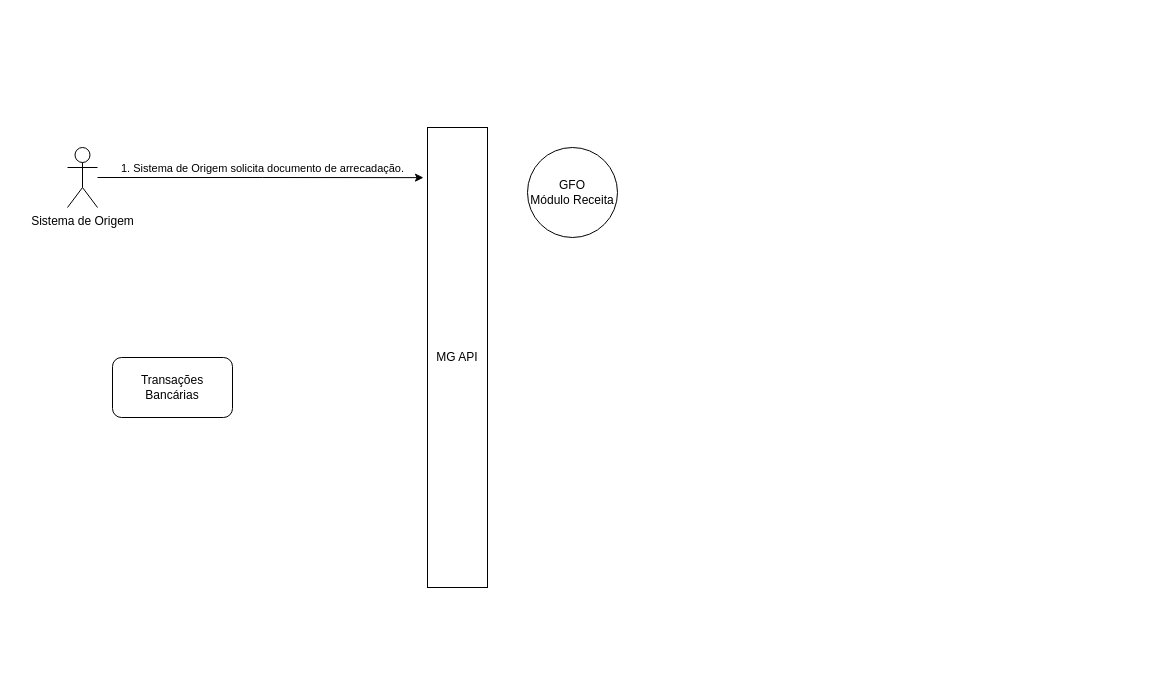
vitorecdias/drawio keeps this draw.io diagram as drawio/HT138 Squad 1.drawio. Above is the earlier version. Source tidied: cells renumbered, new cells numbered last; positions are measured from the earlier drawing's top-left corner, leaving out a move shared by most shapes. Both pictures are drawn from the tidied source at 100%, with x=0, y=0 at pixel (67, 127).
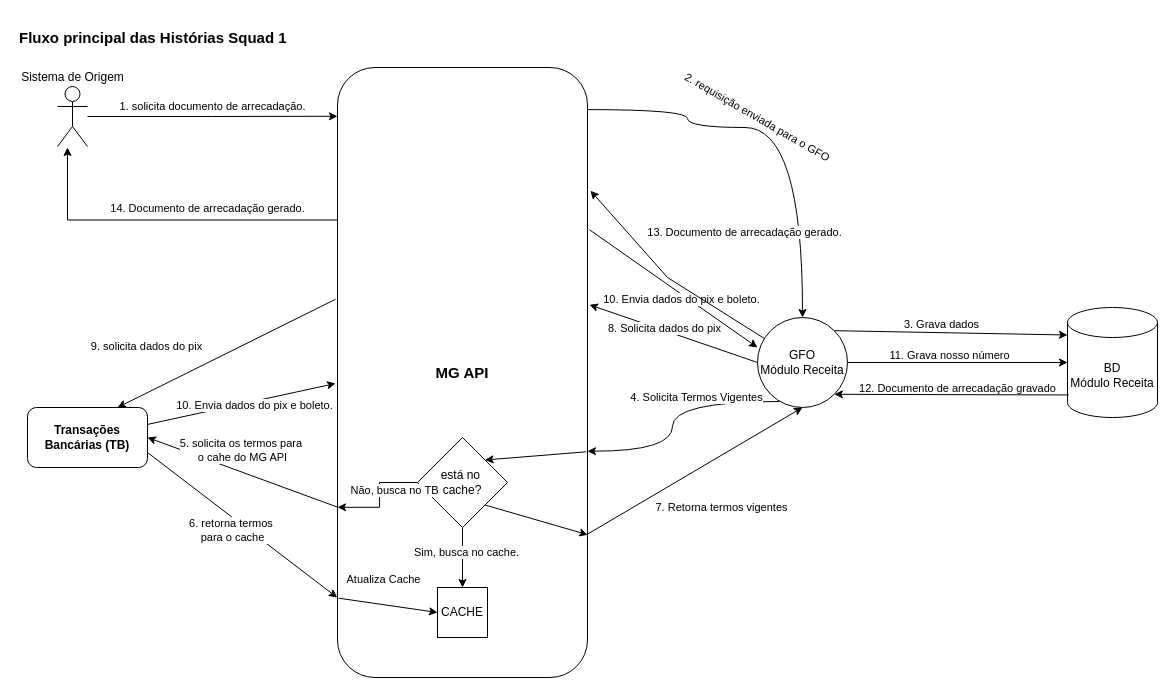
The same page after the edit.

Diff of the diagram source:
```diff
@@
     <mxCell id="2" value="GFO&lt;div&gt;Módulo Receita&lt;/div&gt;" style="ellipse;whiteSpace=wrap;html=1;" parent="1" vertex="1">
-      <mxGeometry x="460" y="20" width="90" height="90" as="geometry" />
+      <mxGeometry x="690" y="190" width="90" height="90" as="geometry" />
     </mxCell>
-    <mxCell id="3" style="edgeStyle=orthogonalEdgeStyle;rounded=0;jettySize=auto;html=1;entryX=-0.067;entryY=0.109;entryDx=0;entryDy=0;entryPerimeter=0;" parent="1" edge="1" source="5" target="6">
+    <mxCell id="3" style="edgeStyle=orthogonalEdgeStyle;rounded=0;jettySize=auto;html=1;entryX=0;entryY=0.08;entryDx=0;entryDy=0;entryPerimeter=0;" parent="1" edge="1" source="5" target="6">
       <mxGeometry relative="1" as="geometry" />
     </mxCell>
-    <mxCell id="4" value="1. Sistema de Origem solicita documento de arrecadação." style="edgeLabel;html=1;align=center;verticalAlign=middle;" parent="3" vertex="1">
+    <mxCell id="4" value="1. solicita documento de arrecadação." style="edgeLabel;html=1;align=center;verticalAlign=middle;" parent="3" vertex="1">
       <mxGeometry x="0.05" relative="1" as="geometry">
         <mxPoint x="-6" y="-10" as="offset" />
       </mxGeometry>
     </mxCell>
-    <mxCell id="5" value="Sistema de Origem" style="shape=umlActor;verticalLabelPosition=bottom;verticalAlign=top;html=1;outlineConnect=0;" parent="1" vertex="1">
-      <mxGeometry y="20" width="30" height="60" as="geometry" />
+    <mxCell id="5" value="Sistema de Origem" style="shape=umlActor;verticalLabelPosition=top;verticalAlign=bottom;html=1;outlineConnect=0;labelPosition=center;align=center;" parent="1" vertex="1">
+      <mxGeometry x="-10" y="-41" width="30" height="60" as="geometry" />
     </mxCell>
+    <mxCell id="7" value="&lt;b&gt;Transações Bancárias (TB)&lt;/b&gt;" style="rounded=1;whiteSpace=wrap;html=1;" parent="1" vertex="1">
+      <mxGeometry x="-40" y="280" width="120" height="60" as="geometry" />
+    </mxCell>
+    <mxCell id="8" style="endArrow=classic;html=1;rounded=0;entryX=0.5;entryY=0;entryDx=0;entryDy=0;exitX=0.996;exitY=0.069;exitDx=0;exitDy=0;exitPerimeter=0;edgeStyle=orthogonalEdgeStyle;curved=1;" parent="1" edge="1" source="6" target="2">
+      <mxGeometry relative="1" as="geometry">
+        <Array as="points">
+          <mxPoint x="620" y="-18" />
+          <mxPoint x="620" />
+          <mxPoint x="735" />
+        </Array>
+      </mxGeometry>
+    </mxCell>
+    <mxCell id="9" value="2. requisição enviada para o GFO" style="edgeLabel;html=1;align=center;verticalAlign=middle;rotation=30;" parent="8" vertex="1">
+      <mxGeometry x="-0.31" y="3" relative="1" as="geometry">
+        <mxPoint x="43" y="-8" as="offset" />
+      </mxGeometry>
+    </mxCell>
+    <mxCell id="10" value="BD&lt;div&gt;Módulo Receita&lt;/div&gt;" style="shape=cylinder3;whiteSpace=wrap;html=1;boundedLbl=1;backgroundOutline=1;size=15;" parent="1" vertex="1">
+      <mxGeometry x="1000" y="180" width="90" height="110" as="geometry" />
+    </mxCell>
+    <mxCell id="11" style="rounded=0;jettySize=auto;html=1;entryX=0;entryY=0;entryDx=0;entryDy=27.5;entryPerimeter=0;exitX=1;exitY=0;exitDx=0;exitDy=0;" parent="1" edge="1" source="2" target="10">
+      <mxGeometry relative="1" as="geometry" />
+    </mxCell>
+    <mxCell id="12" value="3. Grava dados" style="edgeLabel;html=1;align=center;verticalAlign=middle;labelBackgroundColor=none;" parent="11" vertex="1">
+      <mxGeometry x="-0.18" y="4" relative="1" as="geometry">
+        <mxPoint x="11" y="-4" as="offset" />
+      </mxGeometry>
+    </mxCell>
-    <mxCell id="6" value="MG API" style="rounded=0;whiteSpace=wrap;html=1;" parent="1" vertex="1">
-      <mxGeometry x="360" width="60" height="460" as="geometry" />
+    <mxCell id="6" value="&lt;b&gt;&lt;font style=&quot;font-size: 15px;&quot;&gt;MG API&lt;/font&gt;&lt;/b&gt;" style="rounded=1;whiteSpace=wrap;html=1;" parent="1" vertex="1">
+      <mxGeometry x="270" y="-60" width="250" height="610" as="geometry" />
     </mxCell>
-    <mxCell id="7" value="Transações Bancárias" style="rounded=1;whiteSpace=wrap;html=1;" parent="1" vertex="1">
-      <mxGeometry x="45" y="230" width="120" height="60" as="geometry" />
-    </mxCell>
+    <mxCell id="13" value="CACHE" style="whiteSpace=wrap;html=1;" parent="1" vertex="1">
+      <mxGeometry x="370" y="460" width="50" height="50" as="geometry" />
+    </mxCell>
+    <mxCell id="14" style="edgeStyle=orthogonalEdgeStyle;rounded=0;jettySize=auto;html=1;entryX=1;entryY=0.629;entryDx=0;entryDy=0;entryPerimeter=0;curved=1;exitX=0.244;exitY=0.933;exitDx=0;exitDy=0;exitPerimeter=0;" parent="1" edge="1" source="2" target="6">
+      <mxGeometry relative="1" as="geometry" />
+    </mxCell>
+    <mxCell id="15" value="4. Solicita Termos Vigentes" style="edgeLabel;html=1;align=center;verticalAlign=middle;" parent="14" vertex="1">
+      <mxGeometry x="-0.66" y="3" relative="1" as="geometry">
+        <mxPoint x="-42" y="-7" as="offset" />
+      </mxGeometry>
+    </mxCell>
+    <mxCell id="16" style="edgeStyle=orthogonalEdgeStyle;rounded=0;jettySize=auto;html=1;" parent="1" edge="1" source="18" target="13">
+      <mxGeometry relative="1" as="geometry" />
+    </mxCell>
+    <mxCell id="17" value="Sim, busca no cache." style="edgeLabel;html=1;align=center;verticalAlign=middle;" parent="16" vertex="1">
+      <mxGeometry x="-0.21" y="3" relative="1" as="geometry" />
+    </mxCell>
+    <mxCell id="18" value="está no&amp;nbsp;&lt;div&gt;cache?&lt;/div&gt;" style="rhombus;whiteSpace=wrap;html=1;" parent="1" vertex="1">
+      <mxGeometry x="350" y="310" width="90" height="90" as="geometry" />
+    </mxCell>
+    <mxCell id="19" style="endArrow=classic;html=1;rounded=0;exitX=0.995;exitY=0.63;exitDx=0;exitDy=0;exitPerimeter=0;entryX=1;entryY=0;entryDx=0;entryDy=0;" parent="1" edge="1" target="18">
+      <mxGeometry relative="1" as="geometry">
+        <mxPoint x="518.8" y="324.3" as="sourcePoint" />
+      </mxGeometry>
+    </mxCell>
+    <mxCell id="20" style="edgeStyle=orthogonalEdgeStyle;rounded=0;jettySize=auto;html=1;entryX=0;entryY=0.721;entryDx=0;entryDy=0;entryPerimeter=0;exitX=0;exitY=0.5;exitDx=0;exitDy=0;" parent="1" edge="1" source="18" target="6">
+      <mxGeometry relative="1" as="geometry">
+        <Array as="points">
+          <mxPoint x="312" y="380" />
+        </Array>
+      </mxGeometry>
+    </mxCell>
+    <mxCell id="21" value="Não, busca no&amp;nbsp;&lt;span style=&quot;background-color: light-dark(#ffffff, var(--ge-dark-color, #121212)); color: light-dark(rgb(0, 0, 0), rgb(255, 255, 255));&quot;&gt;TB&lt;/span&gt;" style="edgeLabel;html=1;align=center;verticalAlign=middle;" parent="20" vertex="1">
+      <mxGeometry x="0.11" y="3" relative="1" as="geometry">
+        <mxPoint x="11" y="-13" as="offset" />
+      </mxGeometry>
+    </mxCell>
+    <mxCell id="22" style="endArrow=classic;html=1;rounded=0;exitX=0.002;exitY=0.721;exitDx=0;exitDy=0;exitPerimeter=0;entryX=1;entryY=0.5;entryDx=0;entryDy=0;" parent="1" edge="1" source="6" target="7">
+      <mxGeometry relative="1" as="geometry" />
+    </mxCell>
+    <mxCell id="23" value="5. solicita os termos para&amp;nbsp;&lt;div&gt;o cahe do MG API&lt;/div&gt;" style="edgeLabel;html=1;align=center;verticalAlign=middle;" parent="22" vertex="1">
+      <mxGeometry x="-0.04" y="-2" relative="1" as="geometry">
+        <mxPoint x="-6" y="-22" as="offset" />
+      </mxGeometry>
+    </mxCell>
+    <mxCell id="24" style="endArrow=classic;html=1;rounded=0;exitX=1;exitY=0.75;exitDx=0;exitDy=0;entryX=-0.001;entryY=0.869;entryDx=0;entryDy=0;entryPerimeter=0;" parent="1" edge="1" source="7" target="6">
+      <mxGeometry relative="1" as="geometry" />
+    </mxCell>
+    <mxCell id="25" value="6. retorna termos&amp;nbsp;&lt;div&gt;para o cache&lt;/div&gt;" style="edgeLabel;html=1;align=center;verticalAlign=middle;" parent="24" vertex="1">
+      <mxGeometry x="-0.34" relative="1" as="geometry">
+        <mxPoint x="22" y="30" as="offset" />
+      </mxGeometry>
+    </mxCell>
+    <mxCell id="26" style="endArrow=classic;html=1;rounded=0;exitX=0.005;exitY=0.87;exitDx=0;exitDy=0;exitPerimeter=0;entryX=0;entryY=0.5;entryDx=0;entryDy=0;" parent="1" edge="1" source="6" target="13">
+      <mxGeometry relative="1" as="geometry" />
+    </mxCell>
+    <mxCell id="27" value="Atualiza Cache" style="edgeLabel;html=1;align=center;verticalAlign=middle;" parent="26" vertex="1">
+      <mxGeometry x="-0.09" y="1" relative="1" as="geometry">
+        <mxPoint y="-25" as="offset" />
+      </mxGeometry>
+    </mxCell>
+    <mxCell id="28" style="endArrow=classic;html=1;rounded=0;exitX=1;exitY=1;exitDx=0;exitDy=0;entryX=1.001;entryY=0.766;entryDx=0;entryDy=0;entryPerimeter=0;" parent="1" edge="1" source="18" target="6">
+      <mxGeometry relative="1" as="geometry" />
+    </mxCell>
+    <mxCell id="29" style="endArrow=classic;html=1;rounded=0;exitX=0.996;exitY=0.766;exitDx=0;exitDy=0;exitPerimeter=0;entryX=0.5;entryY=1;entryDx=0;entryDy=0;" parent="1" edge="1" source="6" target="2">
+      <mxGeometry relative="1" as="geometry" />
+    </mxCell>
+    <mxCell id="30" value="7. Retorna termos vigentes" style="edgeLabel;html=1;align=center;verticalAlign=middle;" parent="29" vertex="1">
+      <mxGeometry x="-0.33" y="1" relative="1" as="geometry">
+        <mxPoint x="63" y="16" as="offset" />
+      </mxGeometry>
+    </mxCell>
+    <mxCell id="31" style="endArrow=classic;html=1;rounded=0;entryX=1.008;entryY=0.389;entryDx=0;entryDy=0;entryPerimeter=0;exitX=0;exitY=0.5;exitDx=0;exitDy=0;" parent="1" edge="1" source="2" target="6">
+      <mxGeometry relative="1" as="geometry" />
+    </mxCell>
+    <mxCell id="32" value="8. Solicita dados do pix" style="edgeLabel;html=1;align=center;verticalAlign=middle;" parent="31" vertex="1">
+      <mxGeometry x="0.13" y="-2" relative="1" as="geometry" />
+    </mxCell>
+    <mxCell id="33" style="endArrow=classic;html=1;rounded=0;entryX=0.75;entryY=0;entryDx=0;entryDy=0;exitX=-0.008;exitY=0.38;exitDx=0;exitDy=0;exitPerimeter=0;" parent="1" edge="1" source="6" target="7">
+      <mxGeometry relative="1" as="geometry" />
+    </mxCell>
+    <mxCell id="34" value="9. solicita dados do pix" style="edgeLabel;html=1;align=center;verticalAlign=middle;" parent="33" vertex="1">
+      <mxGeometry x="0.42" y="1" relative="1" as="geometry">
+        <mxPoint x="-35" y="-31" as="offset" />
+      </mxGeometry>
+    </mxCell>
+    <mxCell id="35" style="rounded=0;jettySize=auto;html=1;entryX=-0.008;entryY=0.518;entryDx=0;entryDy=0;entryPerimeter=0;" parent="1" edge="1" source="7" target="6">
+      <mxGeometry relative="1" as="geometry" />
+    </mxCell>
+    <mxCell id="36" value="10. Envia dados do pix e boleto." style="edgeLabel;html=1;align=center;verticalAlign=middle;" parent="35" vertex="1">
+      <mxGeometry x="0.12" y="-4" relative="1" as="geometry" />
+    </mxCell>
+    <mxCell id="37" style="rounded=0;jettySize=auto;html=1;entryX=0;entryY=0.333;entryDx=0;entryDy=0;entryPerimeter=0;exitX=1.008;exitY=0.266;exitDx=0;exitDy=0;exitPerimeter=0;" parent="1" edge="1" source="6" target="2">
+      <mxGeometry relative="1" as="geometry" />
+    </mxCell>
+    <mxCell id="38" value="10. Envia dados do pix e boleto." style="edgeLabel;html=1;align=center;verticalAlign=middle;" parent="37" vertex="1">
+      <mxGeometry x="0.12" y="-4" relative="1" as="geometry" />
+    </mxCell>
+    <mxCell id="39" style="rounded=0;jettySize=auto;html=1;entryX=0;entryY=0.5;entryDx=0;entryDy=0;entryPerimeter=0;exitX=1;exitY=0.5;exitDx=0;exitDy=0;" parent="1" edge="1" source="2" target="10">
+      <mxGeometry relative="1" as="geometry" />
+    </mxCell>
+    <mxCell id="40" value="11. Grava nosso número" style="edgeLabel;html=1;align=center;verticalAlign=middle;labelBackgroundColor=none;" parent="39" vertex="1">
+      <mxGeometry x="-0.3" y="3" relative="1" as="geometry">
+        <mxPoint x="24" y="-5" as="offset" />
+      </mxGeometry>
+    </mxCell>
+    <mxCell id="41" style="rounded=0;jettySize=auto;html=1;exitX=0.014;exitY=0.795;exitDx=0;exitDy=0;exitPerimeter=0;entryX=1;entryY=1;entryDx=0;entryDy=0;" parent="1" edge="1" source="10" target="2">
+      <mxGeometry relative="1" as="geometry" />
+    </mxCell>
+    <mxCell id="42" value="12. Documento de arrecadação gravado" style="edgeLabel;html=1;align=center;verticalAlign=middle;labelBackgroundColor=none;" parent="41" vertex="1">
+      <mxGeometry x="-0.19" y="1" relative="1" as="geometry">
+        <mxPoint x="-17" y="-8" as="offset" />
+      </mxGeometry>
+    </mxCell>
+    <mxCell id="43" style="rounded=0;jettySize=auto;html=1;entryX=1.012;entryY=0.202;entryDx=0;entryDy=0;entryPerimeter=0;" parent="1" edge="1" source="2" target="6">
+      <mxGeometry relative="1" as="geometry">
+        <Array as="points">
+          <mxPoint x="600" y="150" />
+        </Array>
+      </mxGeometry>
+    </mxCell>
+    <mxCell id="44" value="13. Documento de arrecadação gerado." style="edgeLabel;html=1;align=center;verticalAlign=middle;" parent="43" vertex="1">
+      <mxGeometry x="-0.25" y="-2" relative="1" as="geometry">
+        <mxPoint x="51" y="-59" as="offset" />
+      </mxGeometry>
+    </mxCell>
+    <mxCell id="45" style="edgeStyle=orthogonalEdgeStyle;rounded=0;jettySize=auto;html=1;exitX=0;exitY=0.25;exitDx=0;exitDy=0;" parent="1" edge="1" source="6">
+      <mxGeometry relative="1" as="geometry">
+        <mxPoint y="20" as="targetPoint" />
+        <Array as="points">
+          <mxPoint y="93" />
+        </Array>
+      </mxGeometry>
+    </mxCell>
+    <mxCell id="46" value="14. Documento de arrecadação gerado." style="edgeLabel;html=1;align=center;verticalAlign=middle;" parent="45" vertex="1">
+      <mxGeometry x="-0.21" y="3" relative="1" as="geometry">
+        <mxPoint x="4" y="-15" as="offset" />
+      </mxGeometry>
+    </mxCell>
+    <mxCell id="47" value="&lt;b&gt;&lt;font style=&quot;font-size: 15px;&quot;&gt;Fluxo principal das Histórias Squad 1&lt;/font&gt;&lt;/b&gt;" style="text;html=1;align=left;verticalAlign=middle;whiteSpace=wrap;rounded=0;" parent="1" vertex="1">
+      <mxGeometry x="-50" y="-110" width="290" height="40" as="geometry" />
+    </mxCell>
```
